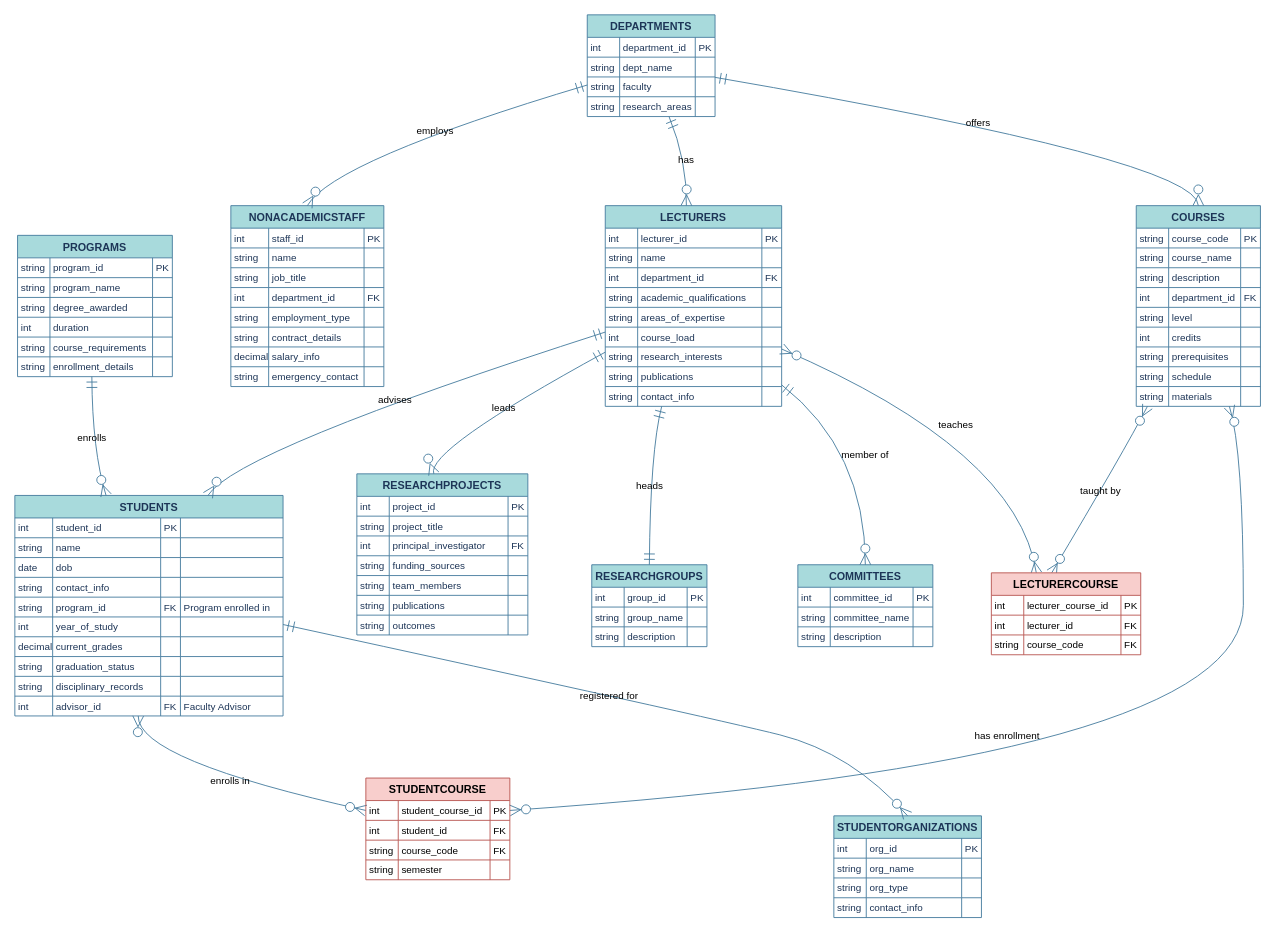
Before: Univercity system updated.drawio in snakeka/UniversitySystemDiagram, a draw.io diagram. Source tidied: cells renumbered, new cells numbered last; positions are measured from the earlier drawing's top-left corner, leaving out a move shared by most shapes. Both pictures are drawn from the tidied source at 90%, with x=0, y=0 at pixel (14, 14).
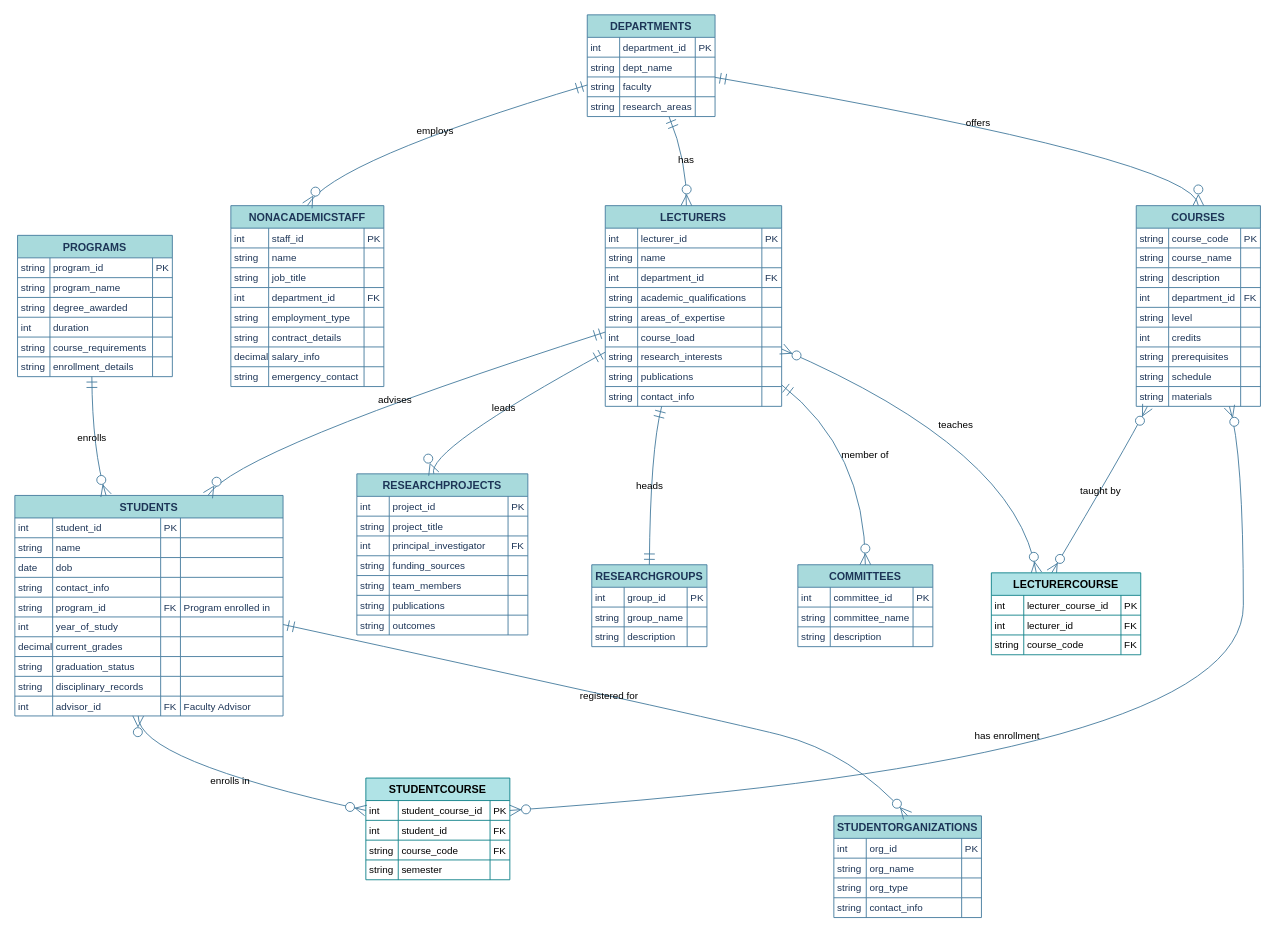
The same diagram, later.

What changed in the source:
```diff
@@
-    <mxCell id="287" value="STUDENTCOURSE" style="shape=table;startSize=25;childLayout=tableLayout;rowLines=1;fontStyle=1;align=center;fillColor=#f8cecc;strokeColor=#b85450;" parent="1" vertex="1">
+    <mxCell id="287" value="STUDENTCOURSE" style="shape=table;startSize=25;childLayout=tableLayout;rowLines=1;fontStyle=1;align=center;fillColor=#b0e3e6;strokeColor=#0e8088;" parent="1" vertex="1">
       <mxGeometry x="390" y="848" width="160" height="113" as="geometry" />
     </mxCell>
@@
-    <mxCell id="304" value="LECTURERCOURSE" style="shape=table;startSize=25;childLayout=tableLayout;rowLines=1;fontStyle=1;align=center;fillColor=#f8cecc;strokeColor=#b85450;" parent="1" vertex="1">
+    <mxCell id="304" value="LECTURERCOURSE" style="shape=table;startSize=25;childLayout=tableLayout;rowLines=1;fontStyle=1;align=center;fillColor=#b0e3e6;strokeColor=#0e8088;" parent="1" vertex="1">
       <mxGeometry x="1085" y="620" width="166" height="91" as="geometry" />
     </mxCell>
```
